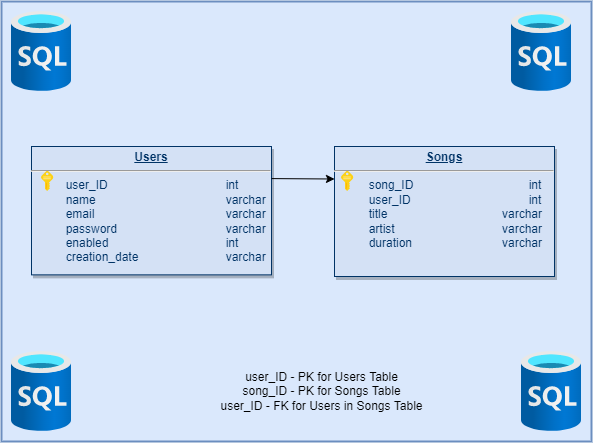
The draw.io diagram db.drawio.png in BiancaH1/ISW, before a commit. Source tidied: cells renumbered, new cells last; positions are measured from the earlier drawing's top-left corner, leaving out a move shared by most shapes.
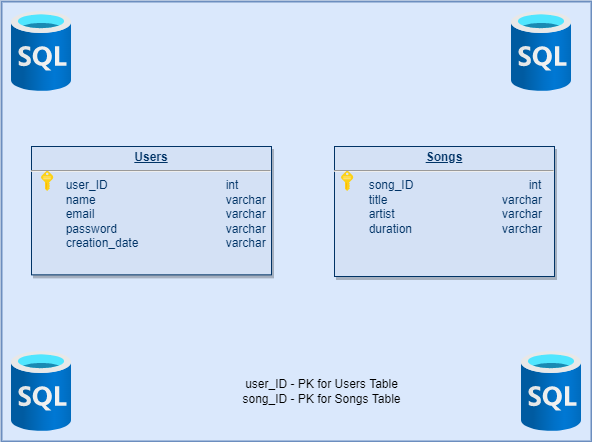
Above is the later version.

Commit message:
Corrected the DB diagram

Deleted foreign key as our tables are independent from each other

What changed in the source:
```diff
@@ -5,15 +5,12 @@
     <mxCell id="2" style="rounded=0;whiteSpace=wrap;html=1;strokeWidth=2;fillColor=#dae8fc;strokeColor=#6c8ebf;" parent="1" vertex="1">
       <mxGeometry width="590" height="440" as="geometry" />
     </mxCell>
-    <mxCell id="3" value="&lt;p style=&quot;margin: 0px ; margin-top: 4px ; text-align: center ; text-decoration: underline&quot;&gt;&lt;b&gt;Songs&lt;/b&gt;&lt;/p&gt;&lt;hr&gt;&lt;p style=&quot;margin: 0px ; margin-left: 8px&quot;&gt;&amp;nbsp; &amp;nbsp;&lt;span style=&quot;white-space: pre&quot;&gt;&#9;&lt;/span&gt;song_ID&lt;span style=&quot;white-space: pre&quot;&gt;&#9;&lt;/span&gt;&lt;span style=&quot;white-space: pre&quot;&gt;&#9;&lt;span style=&quot;white-space: pre&quot;&gt;&#9;&lt;span style=&quot;white-space: pre&quot;&gt;&#9;&lt;/span&gt;&lt;/span&gt;&lt;span style=&quot;white-space: pre&quot;&gt;&#9;&lt;/span&gt;&lt;/span&gt;int&lt;/p&gt;&lt;p style=&quot;margin: 0px ; margin-left: 8px&quot;&gt;&lt;span style=&quot;white-space: pre&quot;&gt;&#9;&lt;/span&gt;user_ID&lt;span style=&quot;white-space: pre&quot;&gt;&#9;&lt;/span&gt;&lt;span style=&quot;white-space: pre&quot;&gt;&#9;&lt;span style=&quot;white-space: pre&quot;&gt;&#9;&lt;/span&gt;&lt;span style=&quot;white-space: pre&quot;&gt;&#9;&lt;/span&gt;&lt;/span&gt;&lt;span style=&quot;white-space: pre&quot;&gt;&#9;&lt;/span&gt;int&lt;/p&gt;&lt;p style=&quot;margin: 0px ; margin-left: 8px&quot;&gt;&lt;span style=&quot;white-space: pre&quot;&gt;&#9;&lt;/span&gt;title&amp;nbsp;&amp;nbsp;&lt;span style=&quot;white-space: pre&quot;&gt;&#9;&lt;/span&gt;&lt;span style=&quot;white-space: pre&quot;&gt;&#9;&lt;span style=&quot;white-space: pre&quot;&gt;&#9;&lt;/span&gt;&lt;/span&gt;&lt;span style=&quot;white-space: pre&quot;&gt;&#9;&lt;/span&gt;varchar&lt;/p&gt;&lt;p style=&quot;margin: 0px ; margin-left: 8px&quot;&gt;&lt;span style=&quot;white-space: pre&quot;&gt;&#9;&lt;/span&gt;artist&lt;span style=&quot;white-space: pre&quot;&gt;&#9;&lt;/span&gt;&lt;span style=&quot;white-space: pre&quot;&gt;&#9;&lt;/span&gt;&lt;span style=&quot;white-space: pre&quot;&gt;&#9;&lt;span style=&quot;white-space: pre&quot;&gt;&#9;&lt;/span&gt;&lt;/span&gt;varchar&lt;/p&gt;&lt;p style=&quot;margin: 0px ; margin-left: 8px&quot;&gt;&lt;span style=&quot;white-space: pre&quot;&gt;&#9;&lt;/span&gt;duration&lt;span style=&quot;white-space: pre&quot;&gt;&#9;&lt;/span&gt;&lt;span style=&quot;white-space: pre&quot;&gt;&#9;&lt;/span&gt;&lt;span style=&quot;white-space: pre&quot;&gt;&#9;&lt;span style=&quot;white-space: pre&quot;&gt;&#9;&lt;/span&gt;&lt;/span&gt;varchar&lt;/p&gt;&lt;p style=&quot;margin: 0px ; margin-left: 8px&quot;&gt;&lt;br&gt;&lt;/p&gt;" style="verticalAlign=top;align=left;overflow=fill;fontSize=12;fontFamily=Helvetica;html=1;strokeColor=#003366;shadow=1;fillColor=#D4E1F5;fontColor=#003366;" parent="1" vertex="1">
+    <mxCell id="3" value="&lt;p style=&quot;margin: 0px ; margin-top: 4px ; text-align: center ; text-decoration: underline&quot;&gt;&lt;b&gt;Songs&lt;/b&gt;&lt;/p&gt;&lt;hr&gt;&lt;p style=&quot;margin: 0px ; margin-left: 8px&quot;&gt;&amp;nbsp; &amp;nbsp;&lt;span style=&quot;white-space: pre&quot;&gt;&#9;&lt;/span&gt;song_ID&lt;span style=&quot;white-space: pre&quot;&gt;&#9;&lt;/span&gt;&lt;span style=&quot;white-space: pre&quot;&gt;&#9;&lt;span style=&quot;white-space: pre&quot;&gt;&#9;&lt;span style=&quot;white-space: pre&quot;&gt;&#9;&lt;/span&gt;&lt;/span&gt;&lt;span style=&quot;white-space: pre&quot;&gt;&#9;&lt;/span&gt;&lt;/span&gt;int&lt;/p&gt;&lt;p style=&quot;margin: 0px ; margin-left: 8px&quot;&gt;&lt;span style=&quot;white-space: pre&quot;&gt;&#9;&lt;/span&gt;title&amp;nbsp;&amp;nbsp;&lt;span style=&quot;white-space: pre&quot;&gt;&#9;&lt;/span&gt;&lt;span style=&quot;white-space: pre&quot;&gt;&#9;&lt;span style=&quot;white-space: pre&quot;&gt;&#9;&lt;/span&gt;&lt;/span&gt;&lt;span style=&quot;white-space: pre&quot;&gt;&#9;&lt;/span&gt;varchar&lt;/p&gt;&lt;p style=&quot;margin: 0px ; margin-left: 8px&quot;&gt;&lt;span style=&quot;white-space: pre&quot;&gt;&#9;&lt;/span&gt;artist&lt;span style=&quot;white-space: pre&quot;&gt;&#9;&lt;/span&gt;&lt;span style=&quot;white-space: pre&quot;&gt;&#9;&lt;/span&gt;&lt;span style=&quot;white-space: pre&quot;&gt;&#9;&lt;span style=&quot;white-space: pre&quot;&gt;&#9;&lt;/span&gt;&lt;/span&gt;varchar&lt;/p&gt;&lt;p style=&quot;margin: 0px ; margin-left: 8px&quot;&gt;&lt;span style=&quot;white-space: pre&quot;&gt;&#9;&lt;/span&gt;duration&lt;span style=&quot;white-space: pre&quot;&gt;&#9;&lt;/span&gt;&lt;span style=&quot;white-space: pre&quot;&gt;&#9;&lt;/span&gt;&lt;span style=&quot;white-space: pre&quot;&gt;&#9;&lt;span style=&quot;white-space: pre&quot;&gt;&#9;&lt;/span&gt;&lt;/span&gt;varchar&lt;/p&gt;&lt;p style=&quot;margin: 0px ; margin-left: 8px&quot;&gt;&lt;br&gt;&lt;/p&gt;" style="verticalAlign=top;align=left;overflow=fill;fontSize=12;fontFamily=Helvetica;html=1;strokeColor=#003366;shadow=1;fillColor=#D4E1F5;fontColor=#003366;" parent="1" vertex="1">
       <mxGeometry x="333" y="145" width="220" height="130" as="geometry" />
     </mxCell>
-    <mxCell id="4" value="&lt;p style=&quot;margin: 0px ; margin-top: 4px ; text-align: center ; text-decoration: underline&quot;&gt;&lt;strong&gt;Users&lt;/strong&gt;&lt;/p&gt;&lt;hr&gt;&lt;p style=&quot;margin: 0px ; margin-left: 8px&quot;&gt;&amp;nbsp; &lt;span style=&quot;white-space: pre&quot;&gt;&#9;&lt;/span&gt;user_ID&lt;span style=&quot;white-space: pre&quot;&gt;&#9;&lt;/span&gt;&lt;span style=&quot;white-space: pre&quot;&gt;&#9;&lt;/span&gt;&lt;span style=&quot;white-space: pre&quot;&gt;&#9;&lt;span style=&quot;white-space: pre&quot;&gt;&#9;&lt;/span&gt; &lt;/span&gt;&amp;nbsp;&lt;span style=&quot;white-space: pre&quot;&gt;&#9;&lt;/span&gt;int&lt;/p&gt;&lt;p style=&quot;margin: 0px ; margin-left: 8px&quot;&gt;&amp;nbsp; &amp;nbsp;&lt;span style=&quot;white-space: pre&quot;&gt;&#9;&lt;/span&gt;name&lt;span style=&quot;white-space: pre&quot;&gt;&#9;&lt;/span&gt;&lt;span style=&quot;white-space: pre&quot;&gt;&#9;&lt;/span&gt;&lt;span style=&quot;white-space: pre&quot;&gt;&#9;&lt;span style=&quot;white-space: pre&quot;&gt;&#9;&lt;span style=&quot;white-space: pre&quot;&gt;&#9;&lt;/span&gt;&lt;/span&gt;&lt;/span&gt;&lt;span&gt;varchar&lt;/span&gt;&lt;/p&gt;&lt;p style=&quot;margin: 0px ; margin-left: 8px&quot;&gt;&amp;nbsp; &lt;span style=&quot;white-space: pre&quot;&gt;&#9;&lt;/span&gt;email&amp;nbsp;&lt;span style=&quot;white-space: pre&quot;&gt;&#9;&lt;/span&gt;&lt;span style=&quot;white-space: pre&quot;&gt;&#9;&lt;/span&gt;&lt;span style=&quot;white-space: pre&quot;&gt;&#9;&lt;span style=&quot;white-space: pre&quot;&gt;&#9;&lt;span style=&quot;white-space: pre&quot;&gt;&#9;&lt;/span&gt;&lt;/span&gt;&lt;/span&gt;varchar&lt;/p&gt;&lt;p style=&quot;margin: 0px ; margin-left: 8px&quot;&gt;&amp;nbsp; &lt;span style=&quot;white-space: pre&quot;&gt;&#9;&lt;/span&gt;password&lt;span style=&quot;white-space: pre&quot;&gt;&#9;&lt;/span&gt;&lt;span style=&quot;white-space: pre&quot;&gt;&#9;&lt;/span&gt;&lt;span style=&quot;white-space: pre&quot;&gt;&lt;span style=&quot;white-space: pre&quot;&gt;&#9;&lt;span style=&quot;white-space: pre&quot;&gt;&#9;&lt;/span&gt;&lt;span style=&quot;white-space: pre&quot;&gt;&#9;&lt;/span&gt;&lt;/span&gt;&lt;/span&gt;varchar&lt;/p&gt;&lt;p style=&quot;margin: 0px ; margin-left: 8px&quot;&gt;&amp;nbsp; &amp;nbsp;&lt;span style=&quot;white-space: pre&quot;&gt;&#9;&lt;/span&gt;enabled&lt;span style=&quot;white-space: pre&quot;&gt;&#9;&lt;/span&gt;&lt;span style=&quot;white-space: pre&quot;&gt;&#9;&lt;/span&gt;&lt;span style=&quot;white-space: pre&quot;&gt;&lt;span style=&quot;white-space: pre&quot;&gt;&#9;&lt;span style=&quot;white-space: pre&quot;&gt;&#9;&lt;/span&gt;&lt;span style=&quot;white-space: pre&quot;&gt;&#9;&lt;/span&gt;&lt;/span&gt;&lt;/span&gt;int&lt;/p&gt;&lt;p style=&quot;margin: 0px ; margin-left: 8px&quot;&gt;&amp;nbsp; &amp;nbsp;&lt;span style=&quot;white-space: pre&quot;&gt;&#9;&lt;/span&gt;creation_date&lt;span style=&quot;white-space: pre&quot;&gt;&#9;&lt;/span&gt;&lt;span style=&quot;white-space: pre&quot;&gt;&lt;span style=&quot;white-space: pre&quot;&gt;&#9;&lt;span style=&quot;white-space: pre&quot;&gt;&#9;&lt;/span&gt;&lt;span style=&quot;white-space: pre&quot;&gt;&#9;&lt;/span&gt;&lt;/span&gt;&lt;/span&gt;varchar&lt;/p&gt;" style="verticalAlign=top;align=left;overflow=fill;fontSize=12;fontFamily=Helvetica;html=1;strokeColor=#003366;shadow=1;fillColor=#D4E1F5;fontColor=#003366;" parent="1" vertex="1">
+    <mxCell id="4" value="&lt;p style=&quot;margin: 0px ; margin-top: 4px ; text-align: center ; text-decoration: underline&quot;&gt;&lt;strong&gt;Users&lt;/strong&gt;&lt;/p&gt;&lt;hr&gt;&lt;p style=&quot;margin: 0px ; margin-left: 8px&quot;&gt;&amp;nbsp; &lt;span style=&quot;white-space: pre&quot;&gt;&#9;&lt;/span&gt;user_ID&lt;span style=&quot;white-space: pre&quot;&gt;&#9;&lt;/span&gt;&lt;span style=&quot;white-space: pre&quot;&gt;&#9;&lt;/span&gt;&lt;span style=&quot;white-space: pre&quot;&gt;&#9;&lt;span style=&quot;white-space: pre&quot;&gt;&#9;&lt;/span&gt; &lt;/span&gt;&amp;nbsp;&lt;span style=&quot;white-space: pre&quot;&gt;&#9;&lt;/span&gt;int&lt;/p&gt;&lt;p style=&quot;margin: 0px ; margin-left: 8px&quot;&gt;&amp;nbsp; &amp;nbsp;&lt;span style=&quot;white-space: pre&quot;&gt;&#9;&lt;/span&gt;name&lt;span style=&quot;white-space: pre&quot;&gt;&#9;&lt;/span&gt;&lt;span style=&quot;white-space: pre&quot;&gt;&#9;&lt;/span&gt;&lt;span style=&quot;white-space: pre&quot;&gt;&#9;&lt;span style=&quot;white-space: pre&quot;&gt;&#9;&lt;span style=&quot;white-space: pre&quot;&gt;&#9;&lt;/span&gt;&lt;/span&gt;&lt;/span&gt;&lt;span&gt;varchar&lt;/span&gt;&lt;/p&gt;&lt;p style=&quot;margin: 0px ; margin-left: 8px&quot;&gt;&amp;nbsp; &lt;span style=&quot;white-space: pre&quot;&gt;&#9;&lt;/span&gt;email&amp;nbsp;&lt;span style=&quot;white-space: pre&quot;&gt;&#9;&lt;/span&gt;&lt;span style=&quot;white-space: pre&quot;&gt;&#9;&lt;/span&gt;&lt;span style=&quot;white-space: pre&quot;&gt;&#9;&lt;span style=&quot;white-space: pre&quot;&gt;&#9;&lt;span style=&quot;white-space: pre&quot;&gt;&#9;&lt;/span&gt;&lt;/span&gt;&lt;/span&gt;varchar&lt;/p&gt;&lt;p style=&quot;margin: 0px ; margin-left: 8px&quot;&gt;&amp;nbsp; &lt;span style=&quot;white-space: pre&quot;&gt;&#9;&lt;/span&gt;password&lt;span style=&quot;white-space: pre&quot;&gt;&#9;&lt;/span&gt;&lt;span style=&quot;white-space: pre&quot;&gt;&#9;&lt;/span&gt;&lt;span style=&quot;white-space: pre&quot;&gt;&lt;span style=&quot;white-space: pre&quot;&gt;&#9;&lt;span style=&quot;white-space: pre&quot;&gt;&#9;&lt;/span&gt;&lt;span style=&quot;white-space: pre&quot;&gt;&#9;&lt;/span&gt;&lt;/span&gt;&lt;/span&gt;varchar&lt;/p&gt;&lt;p style=&quot;margin: 0px ; margin-left: 8px&quot;&gt;&amp;nbsp; &amp;nbsp;&lt;span style=&quot;white-space: pre&quot;&gt;&#9;&lt;/span&gt;creation_date&lt;span style=&quot;white-space: pre&quot;&gt;&#9;&lt;/span&gt;&lt;span style=&quot;white-space: pre&quot;&gt;&lt;span style=&quot;white-space: pre&quot;&gt;&#9;&lt;span style=&quot;white-space: pre&quot;&gt;&#9;&lt;/span&gt;&lt;span style=&quot;white-space: pre&quot;&gt;&#9;&lt;/span&gt;&lt;/span&gt;&lt;/span&gt;varchar&lt;/p&gt;" style="verticalAlign=top;align=left;overflow=fill;fontSize=12;fontFamily=Helvetica;html=1;strokeColor=#003366;shadow=1;fillColor=#D4E1F5;fontColor=#003366;" parent="1" vertex="1">
       <mxGeometry x="30" y="145" width="240" height="128.4" as="geometry" />
     </mxCell>
-    <mxCell id="5" style="endArrow=classic;html=1;rounded=0;exitX=1;exitY=0.25;exitDx=0;exitDy=0;entryX=0;entryY=0.25;entryDx=0;entryDy=0;" parent="1" edge="1" source="4" target="3">
-      <mxGeometry relative="1" as="geometry" />
-    </mxCell>
     <mxCell id="6" style="sketch=0;html=1;align=center;image;fontSize=12;image=img/lib/mscae/Key.svg;" parent="1" vertex="1">
       <mxGeometry x="40" y="170" width="12.4" height="20" as="geometry" />
     </mxCell>
@@ -32,8 +29,8 @@
     <mxCell id="11" style="html=1;align=center;image;fontSize=12;image=img/lib/azure2/databases/SQL_Database.svg;strokeWidth=0;fillColor=#FFE6CC;gradientColor=none;" parent="1" vertex="1">
       <mxGeometry x="520" y="350" width="60" height="80" as="geometry" />
     </mxCell>
-    <mxCell id="12" value="user_ID - PK for Users Table&lt;br&gt;song_ID - PK for Songs Table&lt;br&gt;user_ID - FK for Users in Songs Table" style="text;html=1;align=center;verticalAlign=middle;strokeColor=none;fillColor=none;" parent="1" vertex="1">
-      <mxGeometry x="210" y="365" width="220" height="50" as="geometry" />
+    <mxCell id="12" value="user_ID - PK for Users Table&lt;br&gt;song_ID - PK for Songs Table&lt;br&gt;" style="text;html=1;align=center;verticalAlign=middle;strokeColor=none;fillColor=none;" parent="1" vertex="1">
+      <mxGeometry x="235" y="375" width="170" height="30" as="geometry" />
     </mxCell>
   </root>
 </mxGraphModel>
```
